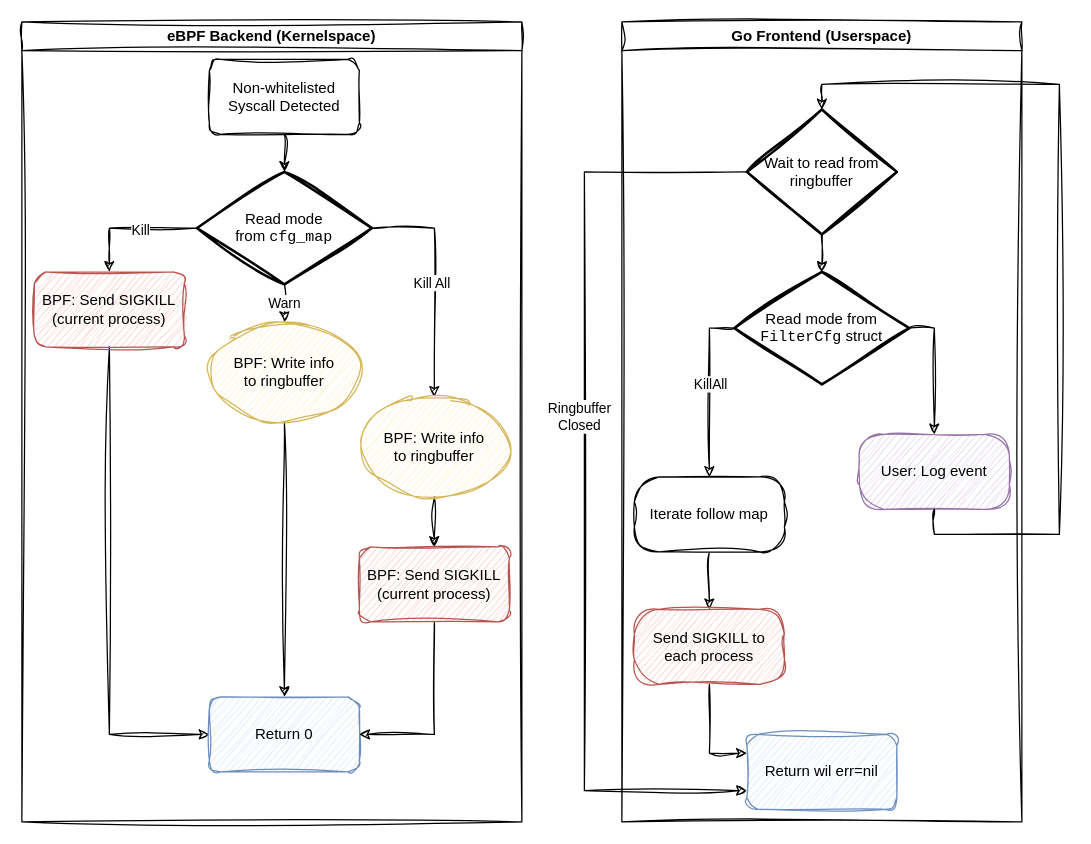
The draw.io diagram diagrams/profiling-flow.drawio in tcassar-diss/report, before the edit. Source tidied: cells renumbered, new cells numbered last; positions are measured from the earlier drawing's top-left corner, leaving out a move shared by most shapes. Both pictures are drawn from the tidied source at 125%, with x=0, y=0 at pixel (21, 21).
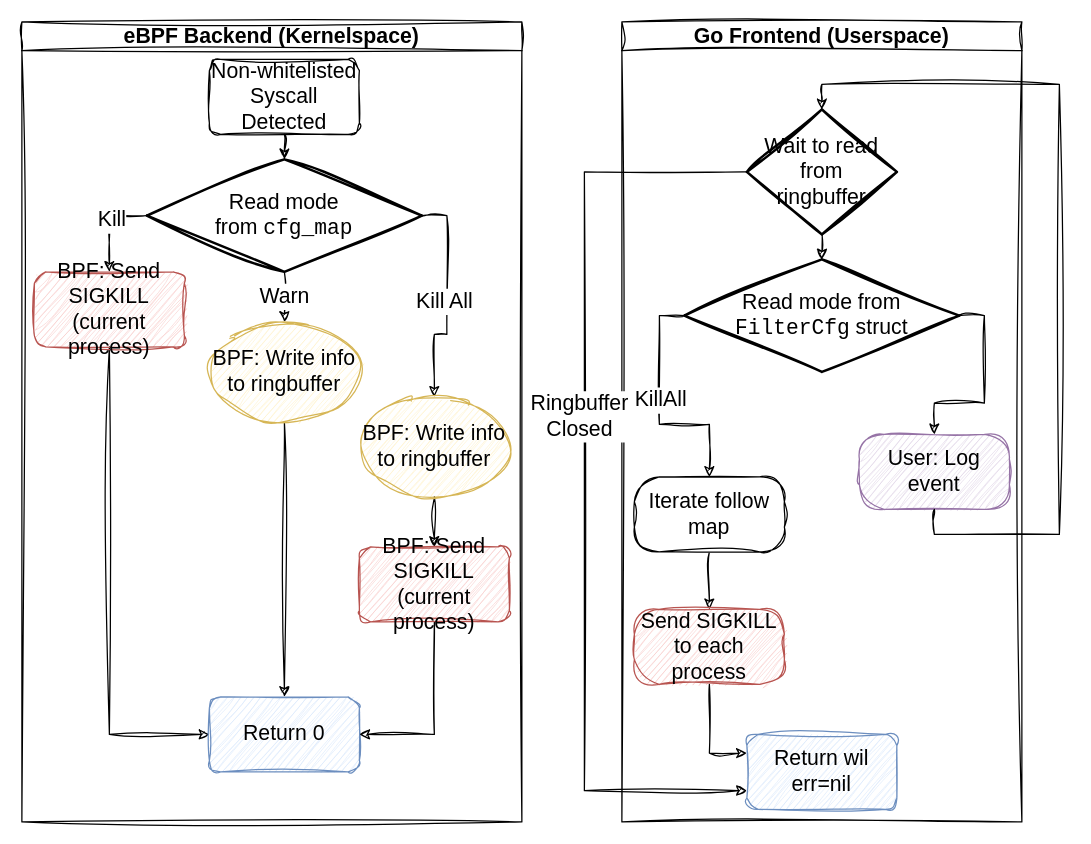
After the change.

The edit, as a diff of the source:
```diff
@@
-    <mxCell id="2" value="eBPF Backend (Kernelspace)" style="swimlane;whiteSpace=wrap;html=1;sketch=1;curveFitting=1;jiggle=2;" parent="1" vertex="1">
+    <mxCell id="2" value="eBPF Backend (Kernelspace)" style="swimlane;whiteSpace=wrap;html=1;sketch=1;curveFitting=1;jiggle=2;fontSize=17;" parent="1" vertex="1">
       <mxGeometry width="400" height="640" as="geometry" />
     </mxCell>
-    <mxCell id="3" value="Non-whitelisted Syscall Detected" style="rounded=1;whiteSpace=wrap;html=1;sketch=1;curveFitting=1;jiggle=2;" parent="2" vertex="1">
+    <mxCell id="3" value="Non-whitelisted Syscall Detected" style="rounded=1;whiteSpace=wrap;html=1;sketch=1;curveFitting=1;jiggle=2;fontSize=17;" parent="2" vertex="1">
       <mxGeometry x="150" y="30" width="120" height="60" as="geometry" />
     </mxCell>
-    <mxCell id="4" style="edgeStyle=orthogonalEdgeStyle;rounded=0;jettySize=auto;html=1;exitX=0;exitY=0.5;exitDx=0;exitDy=0;exitPerimeter=0;entryX=0.5;entryY=0;entryDx=0;entryDy=0;sketch=1;curveFitting=1;jiggle=2;" parent="2" edge="1" source="9" target="12">
+    <mxCell id="4" style="edgeStyle=orthogonalEdgeStyle;rounded=0;jettySize=auto;html=1;exitX=0;exitY=0.5;exitDx=0;exitDy=0;exitPerimeter=0;entryX=0.5;entryY=0;entryDx=0;entryDy=0;sketch=1;curveFitting=1;jiggle=2;fontSize=17;" parent="2" edge="1" source="9" target="12">
       <mxGeometry relative="1" as="geometry" />
     </mxCell>
-    <mxCell id="5" value="Kill" style="edgeLabel;html=1;align=center;verticalAlign=middle;sketch=1;curveFitting=1;jiggle=2;" parent="4" vertex="1">
+    <mxCell id="5" value="Kill" style="edgeLabel;html=1;align=center;verticalAlign=middle;sketch=1;curveFitting=1;jiggle=2;fontSize=17;" parent="4" vertex="1">
       <mxGeometry x="-0.13" y="1" relative="1" as="geometry" />
     </mxCell>
-    <mxCell id="6" value="Warn" style="edgeStyle=orthogonalEdgeStyle;rounded=0;jettySize=auto;html=1;exitX=0.5;exitY=1;exitDx=0;exitDy=0;exitPerimeter=0;entryX=0.5;entryY=0;entryDx=0;entryDy=0;sketch=1;curveFitting=1;jiggle=2;" parent="2" edge="1" source="9" target="14">
+    <mxCell id="6" value="Warn" style="edgeStyle=orthogonalEdgeStyle;rounded=0;jettySize=auto;html=1;exitX=0.5;exitY=1;exitDx=0;exitDy=0;exitPerimeter=0;entryX=0.5;entryY=0;entryDx=0;entryDy=0;sketch=1;curveFitting=1;jiggle=2;fontSize=17;" parent="2" edge="1" source="9" target="14">
       <mxGeometry relative="1" as="geometry" />
     </mxCell>
-    <mxCell id="7" style="edgeStyle=orthogonalEdgeStyle;rounded=0;jettySize=auto;html=1;exitX=1;exitY=0.5;exitDx=0;exitDy=0;exitPerimeter=0;entryX=0.5;entryY=0;entryDx=0;entryDy=0;sketch=1;curveFitting=1;jiggle=2;" parent="2" edge="1" source="9" target="16">
+    <mxCell id="7" style="edgeStyle=orthogonalEdgeStyle;rounded=0;jettySize=auto;html=1;exitX=1;exitY=0.5;exitDx=0;exitDy=0;exitPerimeter=0;entryX=0.5;entryY=0;entryDx=0;entryDy=0;sketch=1;curveFitting=1;jiggle=2;fontSize=17;" parent="2" edge="1" source="9" target="16">
       <mxGeometry relative="1" as="geometry" />
     </mxCell>
-    <mxCell id="8" value="Kill All" style="edgeLabel;html=1;align=center;verticalAlign=middle;sketch=1;curveFitting=1;jiggle=2;" parent="7" vertex="1">
+    <mxCell id="8" value="Kill All" style="edgeLabel;html=1;align=center;verticalAlign=middle;sketch=1;curveFitting=1;jiggle=2;fontSize=17;" parent="7" vertex="1">
       <mxGeometry x="0.01" y="-3" relative="1" as="geometry" />
     </mxCell>
-    <mxCell id="9" value="Read mode&lt;div&gt;from &lt;font face=&quot;Courier New&quot;&gt;cfg_map&lt;/font&gt;&lt;/div&gt;" style="strokeWidth=2;html=1;shape=mxgraph.flowchart.decision;whiteSpace=wrap;sketch=1;curveFitting=1;jiggle=2;" parent="2" vertex="1">
-      <mxGeometry x="140" y="120" width="140" height="90" as="geometry" />
+    <mxCell id="9" value="Read mode&lt;div&gt;from &lt;font face=&quot;Courier New&quot;&gt;cfg_map&lt;/font&gt;&lt;/div&gt;" style="strokeWidth=2;html=1;shape=mxgraph.flowchart.decision;whiteSpace=wrap;sketch=1;curveFitting=1;jiggle=2;fontSize=17;" parent="2" vertex="1">
+      <mxGeometry x="100" y="110" width="220" height="90" as="geometry" />
     </mxCell>
-    <mxCell id="10" style="edgeStyle=orthogonalEdgeStyle;rounded=0;jettySize=auto;html=1;exitX=0.5;exitY=1;exitDx=0;exitDy=0;entryX=0.5;entryY=0;entryDx=0;entryDy=0;entryPerimeter=0;sketch=1;curveFitting=1;jiggle=2;" parent="2" edge="1" source="3" target="9">
+    <mxCell id="10" style="edgeStyle=orthogonalEdgeStyle;rounded=0;jettySize=auto;html=1;exitX=0.5;exitY=1;exitDx=0;exitDy=0;entryX=0.5;entryY=0;entryDx=0;entryDy=0;entryPerimeter=0;sketch=1;curveFitting=1;jiggle=2;fontSize=17;" parent="2" edge="1" source="3" target="9">
       <mxGeometry relative="1" as="geometry" />
     </mxCell>
-    <mxCell id="11" style="edgeStyle=orthogonalEdgeStyle;rounded=0;jettySize=auto;html=1;exitX=0.5;exitY=1;exitDx=0;exitDy=0;entryX=0;entryY=0.5;entryDx=0;entryDy=0;sketch=1;curveFitting=1;jiggle=2;" parent="2" edge="1" source="12" target="17">
+    <mxCell id="11" style="edgeStyle=orthogonalEdgeStyle;rounded=0;jettySize=auto;html=1;exitX=0.5;exitY=1;exitDx=0;exitDy=0;entryX=0;entryY=0.5;entryDx=0;entryDy=0;sketch=1;curveFitting=1;jiggle=2;fontSize=17;" parent="2" edge="1" source="12" target="17">
       <mxGeometry relative="1" as="geometry" />
     </mxCell>
-    <mxCell id="12" value="BPF: Send SIGKILL&lt;div&gt;(current process)&lt;/div&gt;" style="rounded=1;whiteSpace=wrap;html=1;sketch=1;curveFitting=1;jiggle=2;fillColor=#f8cecc;strokeColor=#b85450;" parent="2" vertex="1">
+    <mxCell id="12" value="BPF: Send SIGKILL&lt;div&gt;(current process)&lt;/div&gt;" style="rounded=1;whiteSpace=wrap;html=1;sketch=1;curveFitting=1;jiggle=2;fillColor=#f8cecc;strokeColor=#b85450;fontSize=17;" parent="2" vertex="1">
       <mxGeometry x="10" y="200" width="120" height="60" as="geometry" />
     </mxCell>
-    <mxCell id="13" style="edgeStyle=orthogonalEdgeStyle;rounded=0;jettySize=auto;html=1;entryX=0.5;entryY=0;entryDx=0;entryDy=0;sketch=1;curveFitting=1;jiggle=2;" parent="2" edge="1" source="14" target="17">
+    <mxCell id="13" style="edgeStyle=orthogonalEdgeStyle;rounded=0;jettySize=auto;html=1;entryX=0.5;entryY=0;entryDx=0;entryDy=0;sketch=1;curveFitting=1;jiggle=2;fontSize=17;" parent="2" edge="1" source="14" target="17">
       <mxGeometry relative="1" as="geometry" />
     </mxCell>
-    <mxCell id="14" value="BPF: Write info&lt;div&gt;to ringbuffer&lt;/div&gt;" style="ellipse;whiteSpace=wrap;html=1;sketch=1;curveFitting=1;jiggle=2;fillColor=#fff2cc;strokeColor=#d6b656;" parent="2" vertex="1">
+    <mxCell id="14" value="BPF: Write info&lt;div&gt;to ringbuffer&lt;/div&gt;" style="ellipse;whiteSpace=wrap;html=1;sketch=1;curveFitting=1;jiggle=2;fillColor=#fff2cc;strokeColor=#d6b656;fontSize=17;" parent="2" vertex="1">
       <mxGeometry x="150" y="240" width="120" height="80" as="geometry" />
     </mxCell>
-    <mxCell id="15" style="edgeStyle=orthogonalEdgeStyle;rounded=0;jettySize=auto;html=1;exitX=0.5;exitY=1;exitDx=0;exitDy=0;entryX=0.5;entryY=0;entryDx=0;entryDy=0;sketch=1;curveFitting=1;jiggle=2;" parent="2" edge="1" source="16" target="19">
+    <mxCell id="15" style="edgeStyle=orthogonalEdgeStyle;rounded=0;jettySize=auto;html=1;exitX=0.5;exitY=1;exitDx=0;exitDy=0;entryX=0.5;entryY=0;entryDx=0;entryDy=0;sketch=1;curveFitting=1;jiggle=2;fontSize=17;" parent="2" edge="1" source="16" target="19">
       <mxGeometry relative="1" as="geometry" />
     </mxCell>
-    <mxCell id="16" value="BPF: Write info&lt;div&gt;to ringbuffer&lt;/div&gt;" style="ellipse;whiteSpace=wrap;html=1;sketch=1;curveFitting=1;jiggle=2;fillColor=#fff2cc;strokeColor=#d6b656;" parent="2" vertex="1">
+    <mxCell id="16" value="BPF: Write info&lt;div&gt;to ringbuffer&lt;/div&gt;" style="ellipse;whiteSpace=wrap;html=1;sketch=1;curveFitting=1;jiggle=2;fillColor=#fff2cc;strokeColor=#d6b656;fontSize=17;" parent="2" vertex="1">
       <mxGeometry x="270" y="300" width="120" height="80" as="geometry" />
     </mxCell>
-    <mxCell id="17" value="Return 0" style="rounded=1;whiteSpace=wrap;html=1;sketch=1;curveFitting=1;jiggle=2;fillColor=#dae8fc;strokeColor=#6c8ebf;" parent="2" vertex="1">
+    <mxCell id="17" value="Return 0" style="rounded=1;whiteSpace=wrap;html=1;sketch=1;curveFitting=1;jiggle=2;fillColor=#dae8fc;strokeColor=#6c8ebf;fontSize=17;" parent="2" vertex="1">
       <mxGeometry x="150" y="540" width="120" height="60" as="geometry" />
     </mxCell>
-    <mxCell id="18" style="edgeStyle=orthogonalEdgeStyle;rounded=0;jettySize=auto;html=1;exitX=0.5;exitY=1;exitDx=0;exitDy=0;entryX=1;entryY=0.5;entryDx=0;entryDy=0;sketch=1;curveFitting=1;jiggle=2;" parent="2" edge="1" source="19" target="17">
+    <mxCell id="18" style="edgeStyle=orthogonalEdgeStyle;rounded=0;jettySize=auto;html=1;exitX=0.5;exitY=1;exitDx=0;exitDy=0;entryX=1;entryY=0.5;entryDx=0;entryDy=0;sketch=1;curveFitting=1;jiggle=2;fontSize=17;" parent="2" edge="1" source="19" target="17">
       <mxGeometry relative="1" as="geometry" />
     </mxCell>
-    <mxCell id="19" value="BPF: Send SIGKILL&lt;div&gt;(current process)&lt;/div&gt;" style="rounded=1;whiteSpace=wrap;html=1;sketch=1;curveFitting=1;jiggle=2;fillColor=#f8cecc;strokeColor=#b85450;" parent="2" vertex="1">
+    <mxCell id="19" value="BPF: Send SIGKILL&lt;div&gt;(current process)&lt;/div&gt;" style="rounded=1;whiteSpace=wrap;html=1;sketch=1;curveFitting=1;jiggle=2;fillColor=#f8cecc;strokeColor=#b85450;fontSize=17;" parent="2" vertex="1">
       <mxGeometry x="270" y="420" width="120" height="60" as="geometry" />
     </mxCell>
-    <mxCell id="20" value="Go Frontend (Userspace)" style="swimlane;whiteSpace=wrap;html=1;sketch=1;curveFitting=1;jiggle=2;" parent="1" vertex="1">
+    <mxCell id="20" value="Go Frontend (Userspace)" style="swimlane;whiteSpace=wrap;html=1;sketch=1;curveFitting=1;jiggle=2;fontSize=17;" parent="1" vertex="1">
       <mxGeometry x="480" width="320" height="640" as="geometry" />
     </mxCell>
-    <mxCell id="21" style="edgeStyle=orthogonalEdgeStyle;rounded=0;jettySize=auto;html=1;exitX=0;exitY=0.5;exitDx=0;exitDy=0;exitPerimeter=0;entryX=0.5;entryY=0;entryDx=0;entryDy=0;sketch=1;curveFitting=1;jiggle=2;" parent="20" edge="1" source="24" target="27">
+    <mxCell id="21" style="edgeStyle=orthogonalEdgeStyle;rounded=0;jettySize=auto;html=1;exitX=0;exitY=0.5;exitDx=0;exitDy=0;exitPerimeter=0;entryX=0.5;entryY=0;entryDx=0;entryDy=0;sketch=1;curveFitting=1;jiggle=2;fontSize=17;" parent="20" edge="1" source="24" target="27">
       <mxGeometry relative="1" as="geometry" />
     </mxCell>
-    <mxCell id="22" value="KillAll" style="edgeLabel;html=1;align=center;verticalAlign=middle;sketch=1;curveFitting=1;jiggle=2;" parent="21" vertex="1">
+    <mxCell id="22" value="KillAll" style="edgeLabel;html=1;align=center;verticalAlign=middle;sketch=1;curveFitting=1;jiggle=2;fontSize=17;" parent="21" vertex="1">
       <mxGeometry x="-0.09" relative="1" as="geometry">
         <mxPoint y="1" as="offset" />
       </mxGeometry>
     </mxCell>
-    <mxCell id="23" style="edgeStyle=orthogonalEdgeStyle;rounded=0;jettySize=auto;html=1;exitX=1;exitY=0.5;exitDx=0;exitDy=0;exitPerimeter=0;entryX=0.5;entryY=0;entryDx=0;entryDy=0;sketch=1;curveFitting=1;jiggle=2;" parent="20" edge="1" source="24" target="28">
+    <mxCell id="23" style="edgeStyle=orthogonalEdgeStyle;rounded=0;jettySize=auto;html=1;exitX=1;exitY=0.5;exitDx=0;exitDy=0;exitPerimeter=0;entryX=0.5;entryY=0;entryDx=0;entryDy=0;sketch=1;curveFitting=1;jiggle=2;fontSize=17;" parent="20" edge="1" source="24" target="28">
       <mxGeometry relative="1" as="geometry" />
     </mxCell>
-    <mxCell id="24" value="Read mode from&lt;div&gt;&lt;font face=&quot;Courier New&quot;&gt;FilterCfg&lt;/font&gt; struct&lt;/div&gt;" style="strokeWidth=2;html=1;shape=mxgraph.flowchart.decision;whiteSpace=wrap;sketch=1;curveFitting=1;jiggle=2;" parent="20" vertex="1">
-      <mxGeometry x="90" y="200" width="140" height="90" as="geometry" />
+    <mxCell id="24" value="Read mode from&lt;div&gt;&lt;font face=&quot;Courier New&quot;&gt;FilterCfg&lt;/font&gt; struct&lt;/div&gt;" style="strokeWidth=2;html=1;shape=mxgraph.flowchart.decision;whiteSpace=wrap;sketch=1;curveFitting=1;jiggle=2;fontSize=17;" parent="20" vertex="1">
+      <mxGeometry x="50" y="190" width="220" height="90" as="geometry" />
     </mxCell>
-    <mxCell id="25" style="edgeStyle=orthogonalEdgeStyle;rounded=0;jettySize=auto;html=1;exitX=0.5;exitY=1;exitDx=0;exitDy=0;entryX=0.5;entryY=0;entryDx=0;entryDy=0;entryPerimeter=0;sketch=1;curveFitting=1;jiggle=2;" parent="20" edge="1" target="24">
+    <mxCell id="25" style="edgeStyle=orthogonalEdgeStyle;rounded=0;jettySize=auto;html=1;exitX=0.5;exitY=1;exitDx=0;exitDy=0;entryX=0.5;entryY=0;entryDx=0;entryDy=0;entryPerimeter=0;sketch=1;curveFitting=1;jiggle=2;fontSize=17;" parent="20" edge="1" target="24">
       <mxGeometry relative="1" as="geometry">
         <mxPoint x="160" y="120" as="sourcePoint" />
       </mxGeometry>
     </mxCell>
-    <mxCell id="26" style="edgeStyle=orthogonalEdgeStyle;rounded=0;jettySize=auto;html=1;exitX=0.5;exitY=1;exitDx=0;exitDy=0;sketch=1;curveFitting=1;jiggle=2;entryX=0.5;entryY=0;entryDx=0;entryDy=0;" parent="20" edge="1" source="27" target="30">
+    <mxCell id="26" style="edgeStyle=orthogonalEdgeStyle;rounded=0;jettySize=auto;html=1;exitX=0.5;exitY=1;exitDx=0;exitDy=0;sketch=1;curveFitting=1;jiggle=2;entryX=0.5;entryY=0;entryDx=0;entryDy=0;fontSize=17;" parent="20" edge="1" source="27" target="30">
       <mxGeometry relative="1" as="geometry" />
     </mxCell>
-    <mxCell id="27" value="Iterate follow map" style="rounded=1;whiteSpace=wrap;html=1;arcSize=33;sketch=1;curveFitting=1;jiggle=2;" parent="20" vertex="1">
+    <mxCell id="27" value="Iterate follow map" style="rounded=1;whiteSpace=wrap;html=1;arcSize=33;sketch=1;curveFitting=1;jiggle=2;fontSize=17;" parent="20" vertex="1">
       <mxGeometry x="10" y="364" width="120" height="60" as="geometry" />
     </mxCell>
-    <mxCell id="28" value="User: Log event" style="rounded=1;whiteSpace=wrap;html=1;arcSize=33;sketch=1;curveFitting=1;jiggle=2;fillColor=#e1d5e7;strokeColor=#9673a6;" parent="20" vertex="1">
+    <mxCell id="28" value="User: Log event" style="rounded=1;whiteSpace=wrap;html=1;arcSize=33;sketch=1;curveFitting=1;jiggle=2;fillColor=#e1d5e7;strokeColor=#9673a6;fontSize=17;" parent="20" vertex="1">
       <mxGeometry x="190" y="330" width="120" height="60" as="geometry" />
     </mxCell>
-    <mxCell id="29" style="edgeStyle=orthogonalEdgeStyle;rounded=0;sketch=1;hachureGap=4;jiggle=2;curveFitting=1;jettySize=auto;html=1;exitX=0.5;exitY=1;exitDx=0;exitDy=0;entryX=0;entryY=0.25;entryDx=0;entryDy=0;fontFamily=Architects Daughter;" parent="20" edge="1" source="30" target="34">
+    <mxCell id="29" style="edgeStyle=orthogonalEdgeStyle;rounded=0;sketch=1;hachureGap=4;jiggle=2;curveFitting=1;jettySize=auto;html=1;exitX=0.5;exitY=1;exitDx=0;exitDy=0;entryX=0;entryY=0.25;entryDx=0;entryDy=0;fontFamily=Architects Daughter;fontSize=17;" parent="20" edge="1" source="30" target="34">
       <mxGeometry relative="1" as="geometry" />
     </mxCell>
-    <mxCell id="30" value="Send SIGKILL to each process" style="rounded=1;whiteSpace=wrap;html=1;arcSize=33;sketch=1;curveFitting=1;jiggle=2;fillColor=#f8cecc;strokeColor=#b85450;" parent="20" vertex="1">
+    <mxCell id="30" value="Send SIGKILL to each process" style="rounded=1;whiteSpace=wrap;html=1;arcSize=33;sketch=1;curveFitting=1;jiggle=2;fillColor=#f8cecc;strokeColor=#b85450;fontSize=17;" parent="20" vertex="1">
       <mxGeometry x="10" y="470" width="120" height="60" as="geometry" />
     </mxCell>
-    <mxCell id="31" style="edgeStyle=orthogonalEdgeStyle;rounded=0;sketch=1;hachureGap=4;jiggle=2;curveFitting=1;jettySize=auto;html=1;exitX=0;exitY=0.5;exitDx=0;exitDy=0;exitPerimeter=0;fontFamily=Architects Daughter;entryX=0;entryY=0.75;entryDx=0;entryDy=0;" parent="20" edge="1" source="33" target="34">
+    <mxCell id="31" style="edgeStyle=orthogonalEdgeStyle;rounded=0;sketch=1;hachureGap=4;jiggle=2;curveFitting=1;jettySize=auto;html=1;exitX=0;exitY=0.5;exitDx=0;exitDy=0;exitPerimeter=0;fontFamily=Architects Daughter;entryX=0;entryY=0.75;entryDx=0;entryDy=0;fontSize=17;" parent="20" edge="1" source="33" target="34">
       <mxGeometry relative="1" as="geometry">
         <Array as="points">
           <mxPoint x="-30" y="120" />
           <mxPoint x="-30" y="615" />
         </Array>
       </mxGeometry>
     </mxCell>
-    <mxCell id="32" value="Ringbuffer&lt;div&gt;Closed&lt;/div&gt;" style="edgeLabel;html=1;align=center;verticalAlign=middle;sketch=1;hachureGap=4;jiggle=2;curveFitting=1;fontFamily=Helvetica;" parent="31" vertex="1">
+    <mxCell id="32" value="Ringbuffer&lt;div&gt;Closed&lt;/div&gt;" style="edgeLabel;html=1;align=center;verticalAlign=middle;sketch=1;hachureGap=4;jiggle=2;curveFitting=1;fontFamily=Helvetica;fontSize=17;" parent="31" vertex="1">
       <mxGeometry x="-0.14" y="4" relative="1" as="geometry">
         <mxPoint x="-9" as="offset" />
       </mxGeometry>
     </mxCell>
-    <mxCell id="33" value="Wait to read from&lt;div&gt;ringbuffer&lt;/div&gt;" style="strokeWidth=2;html=1;shape=mxgraph.flowchart.decision;whiteSpace=wrap;sketch=1;curveFitting=1;jiggle=2;" parent="20" vertex="1">
+    <mxCell id="33" value="Wait to read from&lt;div&gt;ringbuffer&lt;/div&gt;" style="strokeWidth=2;html=1;shape=mxgraph.flowchart.decision;whiteSpace=wrap;sketch=1;curveFitting=1;jiggle=2;fontSize=17;" parent="20" vertex="1">
       <mxGeometry x="100" y="70" width="120" height="100" as="geometry" />
     </mxCell>
-    <mxCell id="34" value="Return wil err=nil" style="rounded=1;whiteSpace=wrap;html=1;sketch=1;curveFitting=1;jiggle=2;fillColor=#dae8fc;strokeColor=#6c8ebf;" parent="20" vertex="1">
+    <mxCell id="34" value="Return wil err=nil" style="rounded=1;whiteSpace=wrap;html=1;sketch=1;curveFitting=1;jiggle=2;fillColor=#dae8fc;strokeColor=#6c8ebf;fontSize=17;" parent="20" vertex="1">
       <mxGeometry x="100" y="570" width="120" height="60" as="geometry" />
     </mxCell>
-    <mxCell id="35" style="edgeStyle=orthogonalEdgeStyle;rounded=0;sketch=1;hachureGap=4;jiggle=2;curveFitting=1;jettySize=auto;html=1;exitX=0.5;exitY=1;exitDx=0;exitDy=0;entryX=0.5;entryY=0;entryDx=0;entryDy=0;entryPerimeter=0;fontFamily=Architects Daughter;" parent="20" edge="1" source="28" target="33">
+    <mxCell id="35" style="edgeStyle=orthogonalEdgeStyle;rounded=0;sketch=1;hachureGap=4;jiggle=2;curveFitting=1;jettySize=auto;html=1;exitX=0.5;exitY=1;exitDx=0;exitDy=0;entryX=0.5;entryY=0;entryDx=0;entryDy=0;entryPerimeter=0;fontFamily=Architects Daughter;fontSize=17;" parent="20" edge="1" source="28" target="33">
       <mxGeometry relative="1" as="geometry">
         <Array as="points">
           <mxPoint x="250" y="410" />
           <mxPoint x="350" y="410" />
           <mxPoint x="350" y="50" />
           <mxPoint x="160" y="50" />
         </Array>
       </mxGeometry>
     </mxCell>
```
